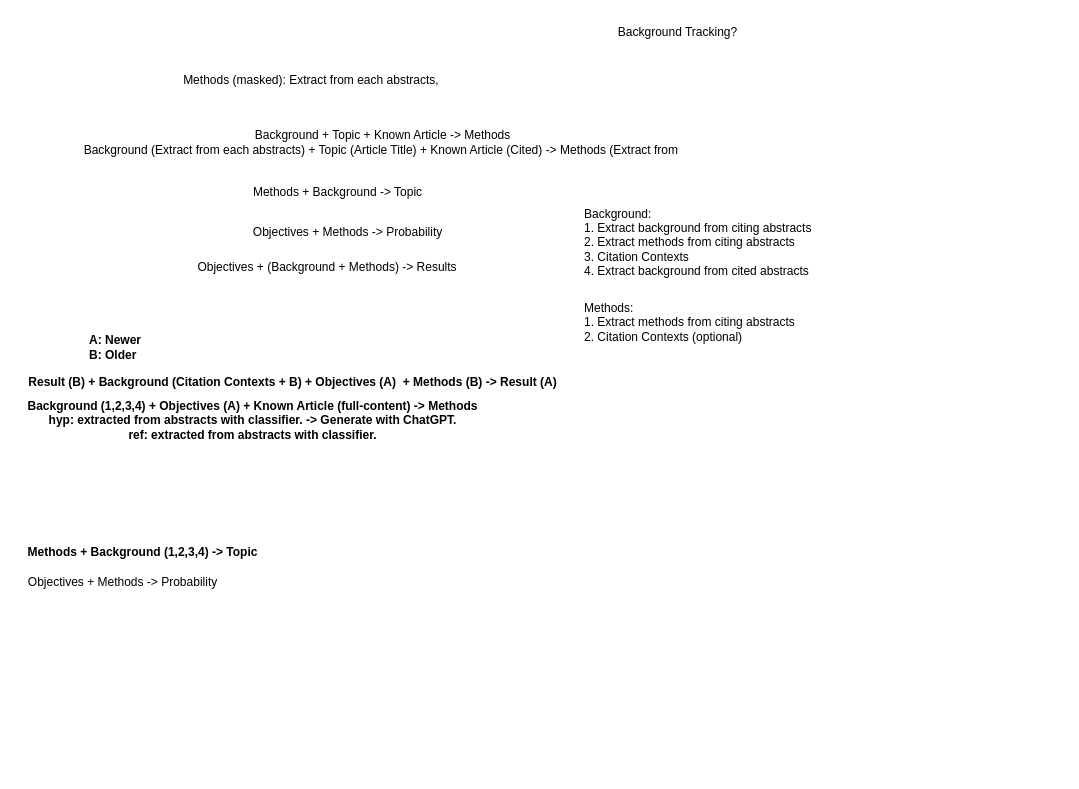
theQuert/ACL-Research keeps this draw.io diagram as structure.drawio. Above is the earlier version. Source tidied: cells renumbered, new cells numbered last; positions are measured from the earlier drawing's top-left corner, leaving out a move shared by most shapes. Both pictures are drawn from the tidied source at 100%, with x=0, y=0 at pixel (17, 17).
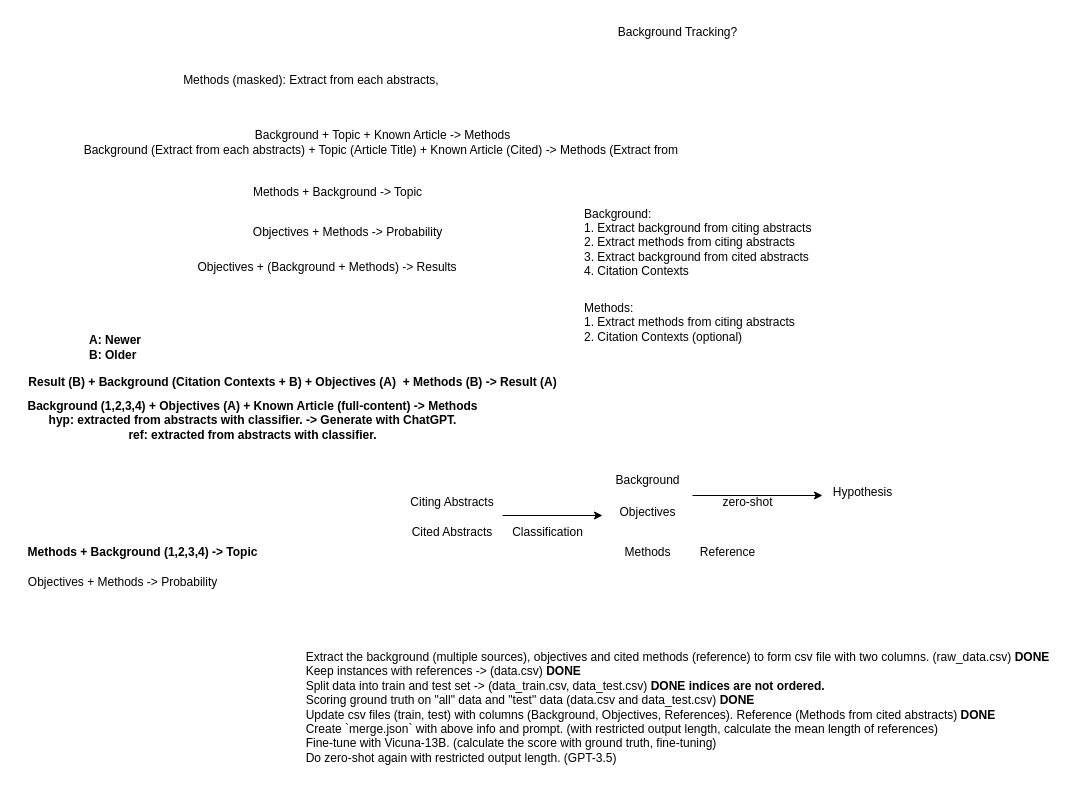
The same diagram, later.

Commit message:
Update steps and structure

What changed in the source:
```diff
@@
-    <mxCell id="8" value="Background:&amp;nbsp;&lt;br&gt;1. Extract background from citing abstracts&lt;br&gt;2. Extract methods from citing abstracts&lt;br&gt;3. Citation Contexts&lt;br&gt;4. Extract background from cited abstracts" style="text;html=1;align=left;verticalAlign=middle;strokeColor=none;fillColor=none;" parent="1" vertex="1">
+    <mxCell id="8" value="Background:&amp;nbsp;&lt;br&gt;1. Extract background from citing abstracts&lt;br&gt;2. Extract methods from citing abstracts&lt;br&gt;3. Extract background from cited abstracts&lt;br&gt;4. Citation Contexts" style="text;html=1;align=left;verticalAlign=middle;strokeColor=none;fillColor=none;" parent="1" vertex="1">
       <mxGeometry x="565" y="180" width="250" height="90" as="geometry" />
     </mxCell>
@@
+    <mxCell id="16" value="Citing Abstracts" style="text;html=1;strokeColor=none;fillColor=none;align=center;verticalAlign=middle;whiteSpace=wrap;rounded=0;" parent="1" vertex="1">
+      <mxGeometry x="375" y="470" width="120" height="30" as="geometry" />
+    </mxCell>
+    <mxCell id="17" value="Cited Abstracts" style="text;html=1;strokeColor=none;fillColor=none;align=center;verticalAlign=middle;whiteSpace=wrap;rounded=0;" parent="1" vertex="1">
+      <mxGeometry x="375" y="500" width="120" height="30" as="geometry" />
+    </mxCell>
+    <mxCell id="18" style="endArrow=classic;html=1;rounded=0;" parent="1" edge="1">
+      <mxGeometry relative="1" as="geometry">
+        <mxPoint x="485" y="498" as="sourcePoint" />
+        <mxPoint x="585" y="498" as="targetPoint" />
+      </mxGeometry>
+    </mxCell>
+    <mxCell id="19" value="Classification" style="text;html=1;align=center;verticalAlign=middle;strokeColor=none;fillColor=none;" parent="1" vertex="1">
+      <mxGeometry x="485" y="500" width="90" height="30" as="geometry" />
+    </mxCell>
+    <mxCell id="20" value="Background" style="text;html=1;align=center;verticalAlign=middle;strokeColor=none;fillColor=none;" parent="1" vertex="1">
+      <mxGeometry x="585" y="448" width="90" height="30" as="geometry" />
+    </mxCell>
+    <mxCell id="21" value="Objectives" style="text;html=1;align=center;verticalAlign=middle;strokeColor=none;fillColor=none;" parent="1" vertex="1">
+      <mxGeometry x="590" y="480" width="80" height="30" as="geometry" />
+    </mxCell>
+    <mxCell id="22" value="Methods" style="text;html=1;align=center;verticalAlign=middle;strokeColor=none;fillColor=none;" parent="1" vertex="1">
+      <mxGeometry x="595" y="520" width="70" height="30" as="geometry" />
+    </mxCell>
+    <mxCell id="23" value="Hypothesis" style="text;html=1;align=center;verticalAlign=middle;points=[];strokeColor=none;fillColor=none;" parent="1" vertex="1">
+      <mxGeometry x="805" y="460" width="80" height="30" as="geometry" />
+    </mxCell>
+    <mxCell id="24" value="Reference" style="text;html=1;align=center;verticalAlign=middle;strokeColor=none;fillColor=none;" parent="1" vertex="1">
+      <mxGeometry x="670" y="520" width="80" height="30" as="geometry" />
+    </mxCell>
+    <mxCell id="25" style="endArrow=classic;html=1;rounded=0;entryX=0;entryY=0.6;entryDx=0;entryDy=0;entryPerimeter=0;" parent="1" edge="1" target="23">
+      <mxGeometry relative="1" as="geometry">
+        <mxPoint x="675" y="478" as="sourcePoint" />
+      </mxGeometry>
+    </mxCell>
+    <mxCell id="26" value="zero-shot" style="text;html=1;align=center;verticalAlign=middle;strokeColor=none;fillColor=none;" parent="1" vertex="1">
+      <mxGeometry x="695" y="470" width="70" height="30" as="geometry" />
+    </mxCell>
+    <mxCell id="27" value="&lt;div style=&quot;text-align: left;&quot;&gt;&lt;span style=&quot;background-color: initial;&quot;&gt;Extract the background (multiple sources), objectives and cited methods (reference) to form csv file with two columns. (raw_data.csv) &lt;b&gt;DONE&lt;/b&gt;&lt;/span&gt;&lt;/div&gt;&lt;div style=&quot;text-align: left;&quot;&gt;Keep instances with references -&amp;gt; (data.csv) &lt;b&gt;DONE&lt;/b&gt;&lt;/div&gt;&lt;div style=&quot;text-align: left;&quot;&gt;Split data into train and test set -&amp;gt; (data_train.csv, data_test.csv) &lt;b&gt;DONE indices are not ordered.&lt;/b&gt;&lt;/div&gt;&lt;div style=&quot;text-align: left;&quot;&gt;Scoring ground truth on &quot;all&quot; data and &quot;test&quot; data (data.csv and data_test.csv) &lt;b&gt;DONE&lt;/b&gt;&lt;/div&gt;&lt;div style=&quot;text-align: left;&quot;&gt;&lt;span style=&quot;background-color: initial;&quot;&gt;Update csv files (train, test) with columns (Background, Objectives, References). Reference (Methods from cited abstracts) &lt;b&gt;DONE&lt;/b&gt;&lt;/span&gt;&lt;/div&gt;&lt;div style=&quot;text-align: left;&quot;&gt;Create `merge.json` with above info and prompt. (with restricted output length, calculate the mean length of references)&lt;/div&gt;&lt;div style=&quot;text-align: left;&quot;&gt;Fine-tune with Vicuna-13B. (calculate the score with ground truth, fine-tuning)&lt;/div&gt;&lt;div style=&quot;text-align: left;&quot;&gt;Do zero-shot again with restricted output length. (GPT-3.5)&lt;/div&gt;" style="text;html=1;align=center;verticalAlign=middle;strokeColor=none;fillColor=none;" parent="1" vertex="1">
+      <mxGeometry x="275" y="625" width="770" height="130" as="geometry" />
+    </mxCell>
```
